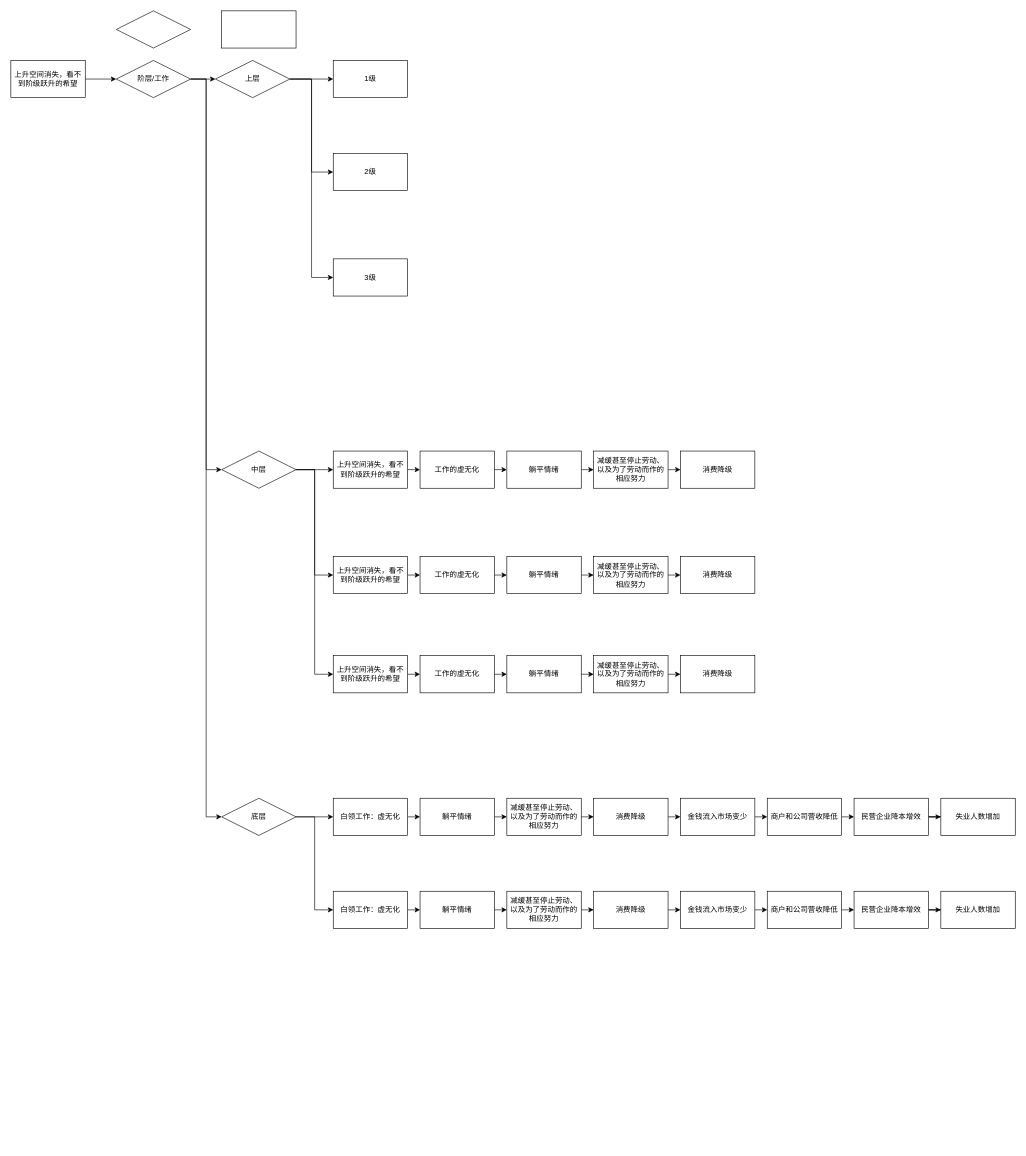
Above: logic chain.drawio in CaptainCCCP/Draw-io-cloud (draw.io), before the change. Source tidied: cells renumbered, new cells numbered last; positions are measured from the earlier drawing's top-left corner, leaving out a move shared by most shapes. Both pictures are drawn from the tidied source at 62%, with x=0, y=0 at pixel (11, 11).
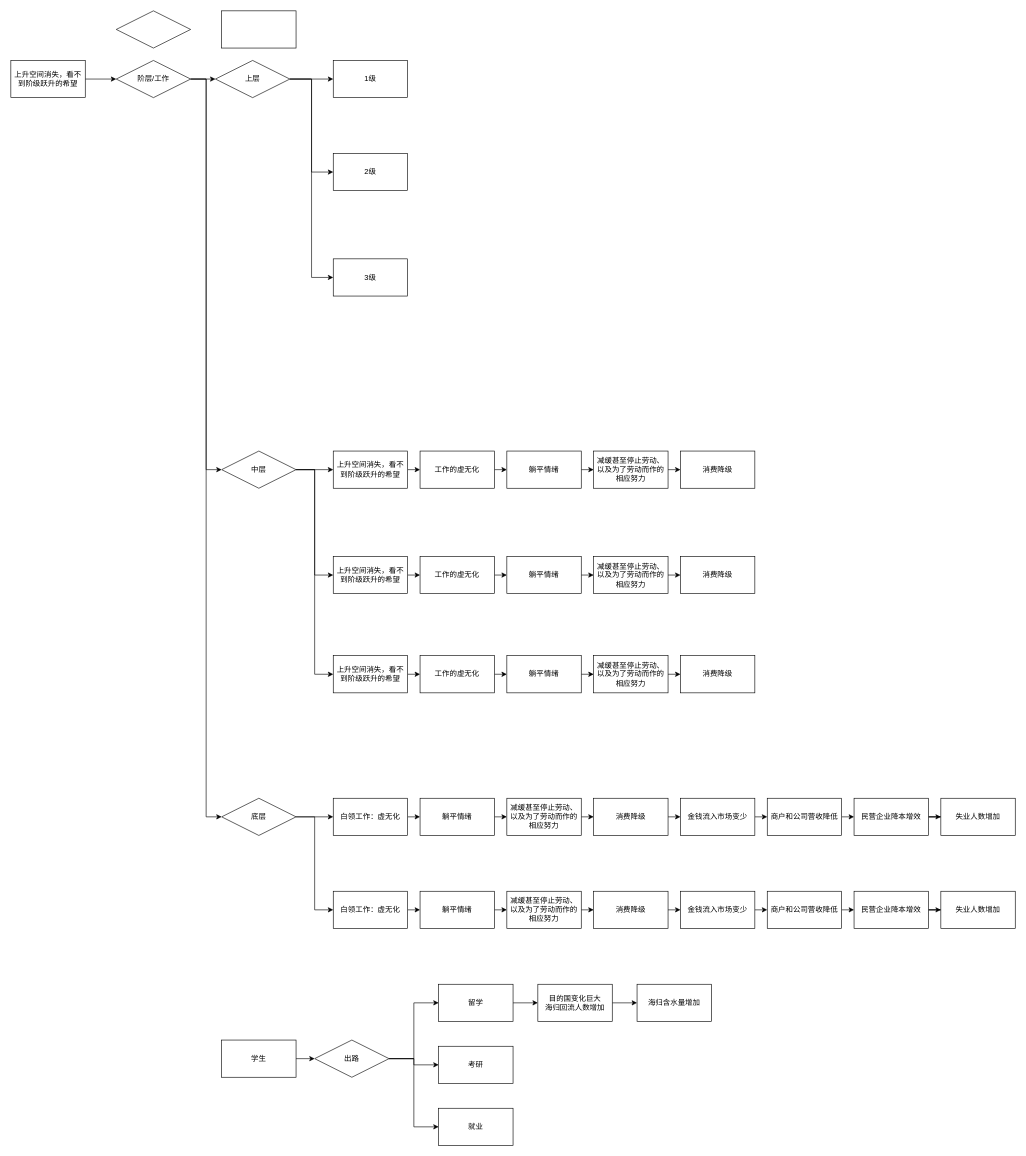
The same diagram, later.

The edit, as a diff of the source:
```diff
@@
+    <mxCell id="81" style="edgeStyle=orthogonalEdgeStyle;rounded=0;jettySize=auto;html=1;exitX=1;exitY=0.5;exitDx=0;exitDy=0;entryX=0;entryY=0.5;entryDx=0;entryDy=0;" parent="1" edge="1" source="82" target="86">
+      <mxGeometry relative="1" as="geometry" />
+    </mxCell>
+    <mxCell id="82" value="学生" style="rounded=0;whiteSpace=wrap;html=1;" parent="1" vertex="1">
+      <mxGeometry x="340" y="1660" width="120" height="60" as="geometry" />
+    </mxCell>
+    <mxCell id="83" style="edgeStyle=orthogonalEdgeStyle;rounded=0;jettySize=auto;html=1;exitX=1;exitY=0.5;exitDx=0;exitDy=0;entryX=0;entryY=0.5;entryDx=0;entryDy=0;" parent="1" edge="1" source="86" target="88">
+      <mxGeometry relative="1" as="geometry" />
+    </mxCell>
+    <mxCell id="84" style="edgeStyle=orthogonalEdgeStyle;rounded=0;jettySize=auto;html=1;exitX=1;exitY=0.5;exitDx=0;exitDy=0;entryX=0;entryY=0.5;entryDx=0;entryDy=0;" parent="1" edge="1" source="86" target="90">
+      <mxGeometry relative="1" as="geometry" />
+    </mxCell>
+    <mxCell id="85" style="edgeStyle=orthogonalEdgeStyle;rounded=0;jettySize=auto;html=1;exitX=1;exitY=0.5;exitDx=0;exitDy=0;entryX=0;entryY=0.5;entryDx=0;entryDy=0;" parent="1" edge="1" source="86" target="89">
+      <mxGeometry relative="1" as="geometry" />
+    </mxCell>
+    <mxCell id="86" value="出路" style="rhombus;whiteSpace=wrap;html=1;" parent="1" vertex="1">
+      <mxGeometry x="490" y="1660" width="120" height="60" as="geometry" />
+    </mxCell>
+    <mxCell id="87" style="edgeStyle=orthogonalEdgeStyle;rounded=0;jettySize=auto;html=1;exitX=1;exitY=0.5;exitDx=0;exitDy=0;entryX=0;entryY=0.5;entryDx=0;entryDy=0;" parent="1" edge="1" source="88" target="92">
+      <mxGeometry relative="1" as="geometry" />
+    </mxCell>
+    <mxCell id="88" value="留学" style="rounded=0;whiteSpace=wrap;html=1;" parent="1" vertex="1">
+      <mxGeometry x="690" y="1570" width="120" height="60" as="geometry" />
+    </mxCell>
+    <mxCell id="89" value="就业" style="rounded=0;whiteSpace=wrap;html=1;" parent="1" vertex="1">
+      <mxGeometry x="690" y="1770" width="120" height="60" as="geometry" />
+    </mxCell>
+    <mxCell id="90" value="考研" style="rounded=0;whiteSpace=wrap;html=1;" parent="1" vertex="1">
+      <mxGeometry x="690" y="1670" width="120" height="60" as="geometry" />
+    </mxCell>
+    <mxCell id="91" style="edgeStyle=orthogonalEdgeStyle;rounded=0;jettySize=auto;html=1;exitX=1;exitY=0.5;exitDx=0;exitDy=0;entryX=0;entryY=0.5;entryDx=0;entryDy=0;" parent="1" edge="1" source="92" target="93">
+      <mxGeometry relative="1" as="geometry" />
+    </mxCell>
+    <mxCell id="92" value="目的国变化巨大&lt;br&gt;海归回流人数增加&lt;br&gt;" style="rounded=0;whiteSpace=wrap;html=1;" parent="1" vertex="1">
+      <mxGeometry x="850" y="1570" width="120" height="60" as="geometry" />
+    </mxCell>
+    <mxCell id="93" value="海归含水量增加" style="rounded=0;whiteSpace=wrap;html=1;" parent="1" vertex="1">
+      <mxGeometry x="1010" y="1570" width="120" height="60" as="geometry" />
+    </mxCell>
```
